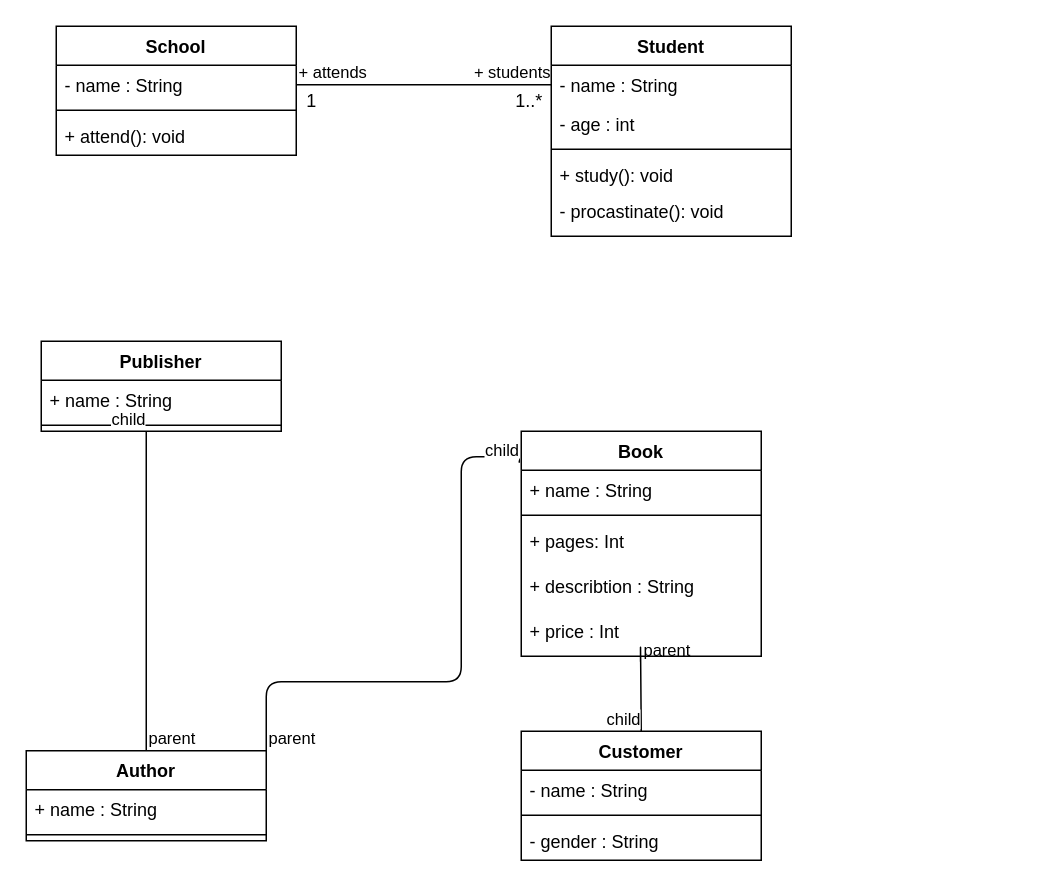
Before: Demo.drawio in christianhussmann/Christian.Hussmann, a draw.io diagram. Source tidied: cells renumbered, new cells numbered last; positions are measured from the earlier drawing's top-left corner, leaving out a move shared by most shapes. Both pictures are drawn from the tidied source at 150%, with x=0, y=0 at pixel (26, 26).
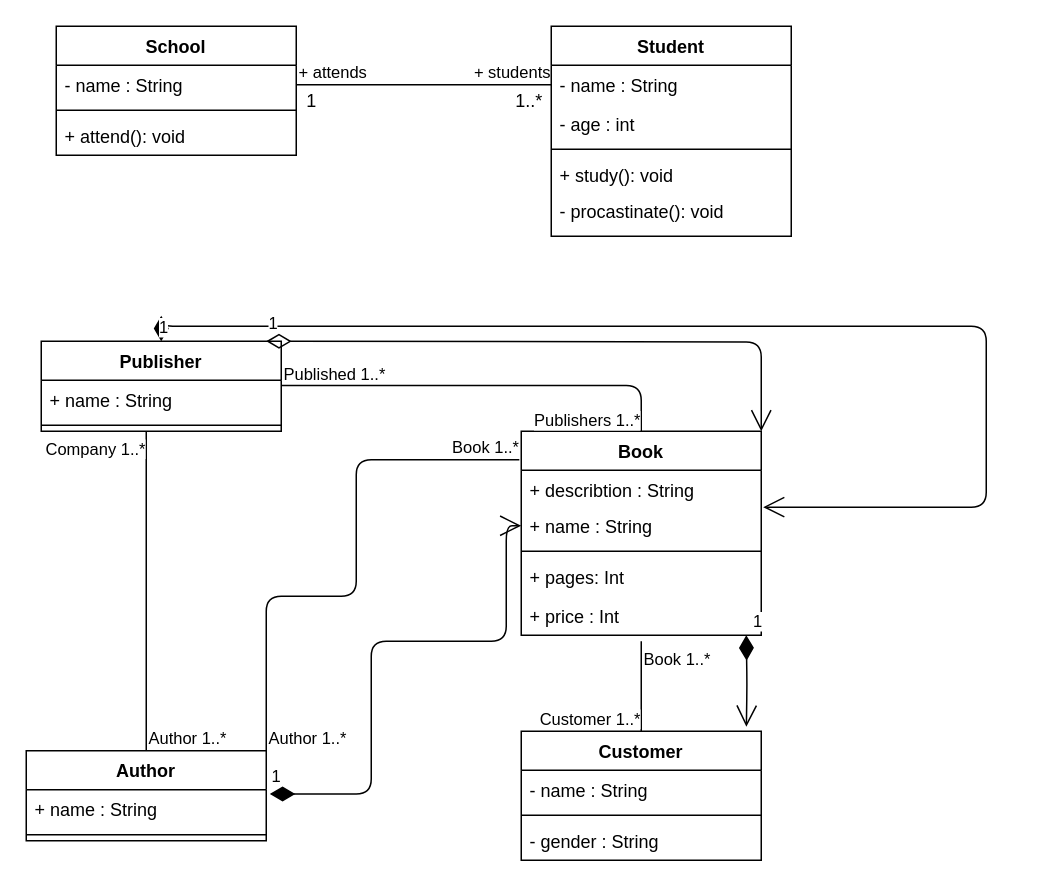
The same diagram, later.

The change refers to these unchanged cells:
```xml
<mxCell id="2" value="Publisher" style="swimlane;fontStyle=1;align=center;verticalAlign=top;horizontal=1;startSize=26;" parent="1" vertex="1">
  <mxGeometry x="10" y="210" width="160" height="60" as="geometry" />
</mxCell>
<mxCell id="10" value="Customer&#10;" style="swimlane;fontStyle=1;align=center;verticalAlign=top;horizontal=1;startSize=26;" parent="1" vertex="1">
  <mxGeometry x="330" y="470" width="160" height="86" as="geometry" />
</mxCell>
<mxCell id="38" value="Author" style="swimlane;fontStyle=1;align=center;verticalAlign=top;horizontal=1;startSize=26;" parent="1" vertex="1">
  <mxGeometry y="483" width="160" height="60" as="geometry" />
</mxCell>
<mxCell id="39" value="+ name : String" style="text;strokeColor=none;fillColor=none;align=left;verticalAlign=top;spacingLeft=4;spacingRight=4;overflow=hidden;points=[[0,0.5],[1,0.5]];portConstraint=eastwest;" parent="38" vertex="1">
  <mxGeometry y="26" width="160" height="26" as="geometry" />
</mxCell>
```

The edit, as a diff of the source:
```diff
@@
+    <mxCell id="42" value="1" style="endArrow=open;html=1;endSize=12;startArrow=diamondThin;startSize=14;startFill=1;edgeStyle=orthogonalEdgeStyle;align=left;verticalAlign=bottom;exitX=0.5;exitY=0;exitDx=0;exitDy=0;entryX=1.008;entryY=0.023;entryDx=0;entryDy=0;entryPerimeter=0;" parent="1" edge="1" source="2" target="24">
+      <mxGeometry x="-1" y="3" relative="1" as="geometry">
+        <Array as="points">
+          <mxPoint x="90" y="200" />
+          <mxPoint x="640" y="200" />
+          <mxPoint x="640" y="321" />
+        </Array>
+      </mxGeometry>
+    </mxCell>
+    <mxCell id="23" value="Book" style="swimlane;fontStyle=1;align=center;verticalAlign=top;horizontal=1;startSize=26;" parent="1" vertex="1">
+      <mxGeometry x="330" y="270" width="160" height="136" as="geometry" />
+    </mxCell>
+    <mxCell id="27" value="+ describtion : String" style="text;strokeColor=none;fillColor=none;align=left;verticalAlign=top;spacingLeft=4;spacingRight=4;overflow=hidden;points=[[0,0.5],[1,0.5]];portConstraint=eastwest;" parent="23" vertex="1">
+      <mxGeometry y="26" width="160" height="24" as="geometry" />
+    </mxCell>
+    <mxCell id="24" value="+ name : String" style="text;strokeColor=none;fillColor=none;align=left;verticalAlign=top;spacingLeft=4;spacingRight=4;overflow=hidden;points=[[0,0.5],[1,0.5]];portConstraint=eastwest;" parent="23" vertex="1">
+      <mxGeometry y="50" width="160" height="26" as="geometry" />
+    </mxCell>
+    <mxCell id="25" style="line;strokeWidth=1;fillColor=none;align=left;verticalAlign=middle;spacingTop=-1;spacingLeft=3;spacingRight=3;labelPosition=right;" parent="23" vertex="1">
+      <mxGeometry y="76" width="160" height="8" as="geometry" />
+    </mxCell>
+    <mxCell id="26" value="+ pages: Int" style="text;strokeColor=none;fillColor=none;align=left;verticalAlign=top;spacingLeft=4;spacingRight=4;overflow=hidden;" parent="23" vertex="1">
+      <mxGeometry y="84" width="160" height="26" as="geometry" />
+    </mxCell>
+    <mxCell id="41" value="+ price : Int" style="text;strokeColor=none;fillColor=none;align=left;verticalAlign=top;spacingLeft=4;spacingRight=4;overflow=hidden;" parent="23" vertex="1">
+      <mxGeometry y="110" width="160" height="26" as="geometry" />
+    </mxCell>
@@
     <mxCell id="14" style="endArrow=none;html=1;edgeStyle=orthogonalEdgeStyle;entryX=-0.008;entryY=0.14;entryDx=0;entryDy=0;entryPerimeter=0;exitX=1;exitY=0;exitDx=0;exitDy=0;" parent="1" edge="1" source="38" target="23">
       <mxGeometry relative="1" as="geometry">
         <Array as="points">
-          <mxPoint x="160" y="437" />
-          <mxPoint x="290" y="437" />
-          <mxPoint x="290" y="287" />
+          <mxPoint x="160" y="380" />
+          <mxPoint x="220" y="380" />
+          <mxPoint x="220" y="289" />
         </Array>
       </mxGeometry>
     </mxCell>
-    <mxCell id="15" value="parent" style="edgeLabel;html=1;align=left;verticalAlign=bottom;" parent="14" vertex="1">
+    <mxCell id="15" value="Author 1..*" style="edgeLabel;html=1;align=left;verticalAlign=bottom;" parent="14" vertex="1">
       <mxGeometry x="-1" relative="1" as="geometry" />
     </mxCell>
-    <mxCell id="16" value="child" style="edgeLabel;html=1;align=right;verticalAlign=bottom;" parent="14" vertex="1">
+    <mxCell id="16" value="Book 1..*" style="edgeLabel;html=1;align=right;verticalAlign=bottom;" parent="14" vertex="1">
       <mxGeometry x="1" relative="1" as="geometry" />
     </mxCell>
     <mxCell id="17" style="endArrow=none;html=1;edgeStyle=orthogonalEdgeStyle;exitX=0.5;exitY=0;exitDx=0;exitDy=0;" parent="1" edge="1" source="38">
       <mxGeometry relative="1" as="geometry">
         <mxPoint x="80" y="270" as="targetPoint" />
         <Array as="points">
-          <mxPoint x="80" y="270" />
+          <mxPoint x="80" y="380" />
+          <mxPoint x="80" y="380" />
         </Array>
       </mxGeometry>
     </mxCell>
-    <mxCell id="18" value="parent" style="edgeLabel;html=1;align=left;verticalAlign=bottom;" parent="17" vertex="1">
+    <mxCell id="18" value="Author 1..*" style="edgeLabel;html=1;align=left;verticalAlign=bottom;" parent="17" vertex="1">
       <mxGeometry x="-1" relative="1" as="geometry" />
     </mxCell>
-    <mxCell id="19" value="child" style="edgeLabel;html=1;align=right;verticalAlign=bottom;" parent="17" vertex="1">
-      <mxGeometry x="1" relative="1" as="geometry" />
+    <mxCell id="19" value="Company 1..*" style="edgeLabel;html=1;align=right;verticalAlign=bottom;" parent="17" vertex="1">
+      <mxGeometry x="1" relative="1" as="geometry">
+        <mxPoint y="20" as="offset" />
+      </mxGeometry>
     </mxCell>
-    <mxCell id="20" style="endArrow=none;html=1;edgeStyle=orthogonalEdgeStyle;entryX=0.5;entryY=0;entryDx=0;entryDy=0;exitX=0.497;exitY=1.06;exitDx=0;exitDy=0;exitPerimeter=0;" parent="1" edge="1" source="27" target="10">
+    <mxCell id="20" style="endArrow=none;html=1;edgeStyle=orthogonalEdgeStyle;entryX=0.5;entryY=0;entryDx=0;entryDy=0;" parent="1" edge="1" target="10">
       <mxGeometry relative="1" as="geometry">
+        <mxPoint x="410" y="410" as="sourcePoint" />
         <Array as="points">
           <mxPoint x="410" y="410" />
           <mxPoint x="410" y="410" />
         </Array>
       </mxGeometry>
     </mxCell>
-    <mxCell id="21" value="parent" style="edgeLabel;html=1;align=left;verticalAlign=bottom;" parent="20" vertex="1">
-      <mxGeometry x="-1" relative="1" as="geometry" />
+    <mxCell id="21" value="Book 1..*" style="edgeLabel;html=1;align=left;verticalAlign=bottom;" parent="20" vertex="1">
+      <mxGeometry x="-1" relative="1" as="geometry">
+        <mxPoint y="20" as="offset" />
+      </mxGeometry>
     </mxCell>
-    <mxCell id="22" value="child" style="edgeLabel;html=1;align=right;verticalAlign=bottom;" parent="20" vertex="1">
+    <mxCell id="22" value="Customer 1..*" style="edgeLabel;html=1;align=right;verticalAlign=bottom;" parent="20" vertex="1">
       <mxGeometry x="1" relative="1" as="geometry" />
     </mxCell>
-    <mxCell id="23" value="Book" style="swimlane;fontStyle=1;align=center;verticalAlign=top;horizontal=1;startSize=26;" parent="1" vertex="1">
-      <mxGeometry x="330" y="270" width="160" height="150" as="geometry" />
-    </mxCell>
-    <mxCell id="24" value="+ name : String" style="text;strokeColor=none;fillColor=none;align=left;verticalAlign=top;spacingLeft=4;spacingRight=4;overflow=hidden;points=[[0,0.5],[1,0.5]];portConstraint=eastwest;" parent="23" vertex="1">
-      <mxGeometry y="26" width="160" height="26" as="geometry" />
-    </mxCell>
-    <mxCell id="25" style="line;strokeWidth=1;fillColor=none;align=left;verticalAlign=middle;spacingTop=-1;spacingLeft=3;spacingRight=3;labelPosition=right;" parent="23" vertex="1">
-      <mxGeometry y="52" width="160" height="8" as="geometry" />
-    </mxCell>
-    <mxCell id="26" value="+ pages: Int" style="text;strokeColor=none;fillColor=none;align=left;verticalAlign=top;spacingLeft=4;spacingRight=4;overflow=hidden;" parent="23" vertex="1">
-      <mxGeometry y="60" width="160" height="30" as="geometry" />
-    </mxCell>
-    <mxCell id="27" value="+ describtion : String" style="text;strokeColor=none;fillColor=none;align=left;verticalAlign=top;spacingLeft=4;spacingRight=4;overflow=hidden;points=[[0,0.5],[1,0.5]];portConstraint=eastwest;" parent="23" vertex="1">
-      <mxGeometry y="90" width="160" height="60" as="geometry" />
-    </mxCell>
@@
-    <mxCell id="41" value="+ price : Int" style="text;strokeColor=none;fillColor=none;align=left;verticalAlign=top;spacingLeft=4;spacingRight=4;overflow=hidden;" parent="1" vertex="1">
-      <mxGeometry x="330" y="390" width="100" height="26" as="geometry" />
-    </mxCell>
+    <mxCell id="43" style="endArrow=none;html=1;edgeStyle=orthogonalEdgeStyle;entryX=0.5;entryY=0;entryDx=0;entryDy=0;" parent="1" edge="1" target="23">
+      <mxGeometry relative="1" as="geometry">
+        <mxPoint x="170" y="239.5" as="sourcePoint" />
+        <Array as="points">
+          <mxPoint x="410" y="240" />
+        </Array>
+      </mxGeometry>
+    </mxCell>
+    <mxCell id="44" value="Published 1..*" style="edgeLabel;html=1;align=left;verticalAlign=bottom;" parent="43" vertex="1">
+      <mxGeometry x="-1" relative="1" as="geometry" />
+    </mxCell>
+    <mxCell id="45" value="Publishers 1..*" style="edgeLabel;html=1;align=right;verticalAlign=bottom;" parent="43" vertex="1">
+      <mxGeometry x="1" relative="1" as="geometry" />
+    </mxCell>
+    <mxCell id="46" value="1" style="endArrow=open;html=1;endSize=12;startArrow=diamondThin;startSize=14;startFill=0;edgeStyle=orthogonalEdgeStyle;align=left;verticalAlign=bottom;entryX=1;entryY=0;entryDx=0;entryDy=0;" parent="1" edge="1" target="23">
+      <mxGeometry x="-1" y="3" relative="1" as="geometry">
+        <mxPoint x="160" y="210" as="sourcePoint" />
+      </mxGeometry>
+    </mxCell>
+    <mxCell id="47" value="1" style="endArrow=open;html=1;endSize=12;startArrow=diamondThin;startSize=14;startFill=1;edgeStyle=orthogonalEdgeStyle;align=left;verticalAlign=bottom;entryX=0.938;entryY=-0.035;entryDx=0;entryDy=0;entryPerimeter=0;" parent="1" edge="1" target="10">
+      <mxGeometry x="-1" y="3" relative="1" as="geometry">
+        <mxPoint x="480" y="406" as="sourcePoint" />
+      </mxGeometry>
+    </mxCell>
+    <mxCell id="48" value="1" style="endArrow=open;html=1;endSize=12;startArrow=diamondThin;startSize=14;startFill=1;edgeStyle=orthogonalEdgeStyle;align=left;verticalAlign=bottom;entryX=0;entryY=0.5;entryDx=0;entryDy=0;exitX=1.015;exitY=0.108;exitDx=0;exitDy=0;exitPerimeter=0;" parent="1" edge="1" source="39" target="24">
+      <mxGeometry x="-1" y="3" relative="1" as="geometry">
+        <Array as="points">
+          <mxPoint x="230" y="512" />
+          <mxPoint x="230" y="410" />
+          <mxPoint x="320" y="410" />
+          <mxPoint x="320" y="333" />
+        </Array>
+      </mxGeometry>
+    </mxCell>
```
